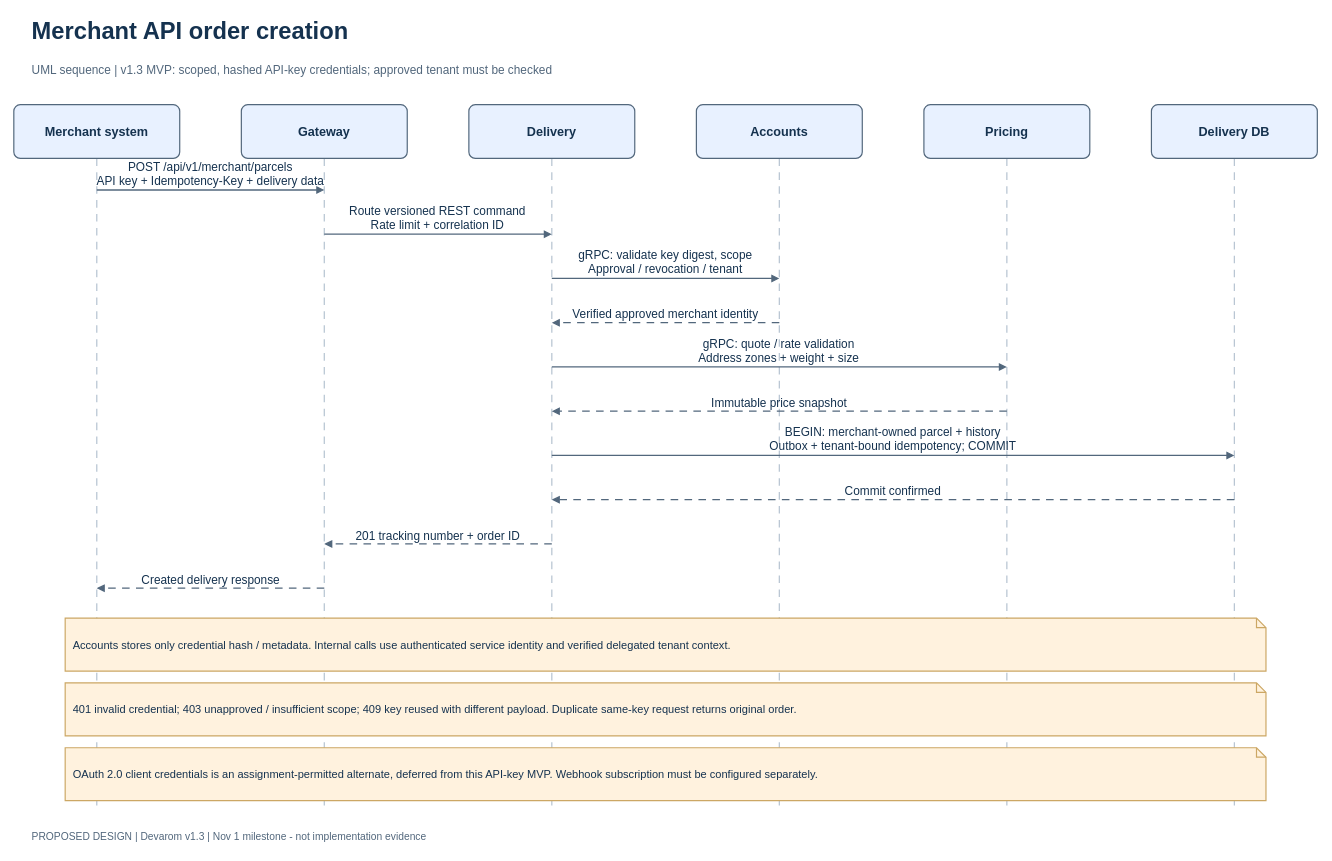
Above: docs/diagrams/editable/11_merchant_order_sequence.drawio in Suthankan1/swiftdrop (draw.io), before the change. Source tidied: cells renumbered, new cells numbered last; positions are measured from the earlier drawing's top-left corner, leaving out a move shared by most shapes. Both pictures are drawn from the tidied source at 79%, with x=0, y=0 at pixel (13, 13).
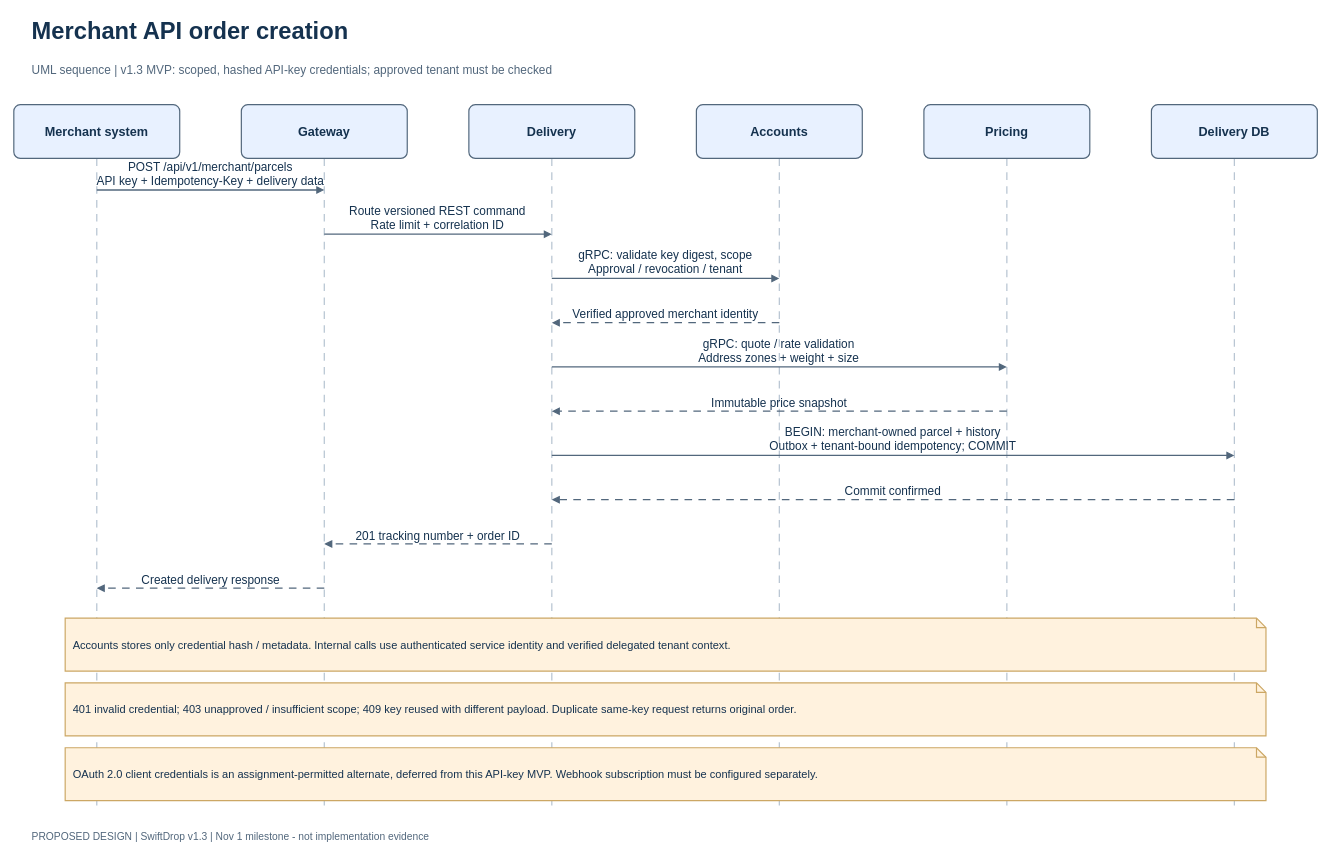
The same diagram, later.

The edit, as a diff of the source:
```diff
@@
-    <mxCell id="20" value="PROPOSED DESIGN | Devarom v1.3 | Nov 1 milestone - not implementation evidence" style="text;html=0;whiteSpace=wrap;align=left;verticalAlign=middle;fontFamily=Helvetica;fontSize=13;fontColor=#52677C;fontStyle=0;fillColor=#FFFFFF;strokeColor=#52677C;strokeWidth=1.5;spacing=10;fillColor=none;strokeColor=none;spacing=0;" parent="1" vertex="1">
+    <mxCell id="20" value="PROPOSED DESIGN | SwiftDrop v1.3 | Nov 1 milestone - not implementation evidence" style="text;html=0;whiteSpace=wrap;align=left;verticalAlign=middle;fontFamily=Helvetica;fontSize=13;fontColor=#52677C;fontStyle=0;fillColor=#FFFFFF;strokeColor=#52677C;strokeWidth=1.5;spacing=10;fillColor=none;strokeColor=none;spacing=0;" parent="1" vertex="1">
       <mxGeometry x="23" y="1026" width="1604" height="30" as="geometry" />
     </mxCell>
```
